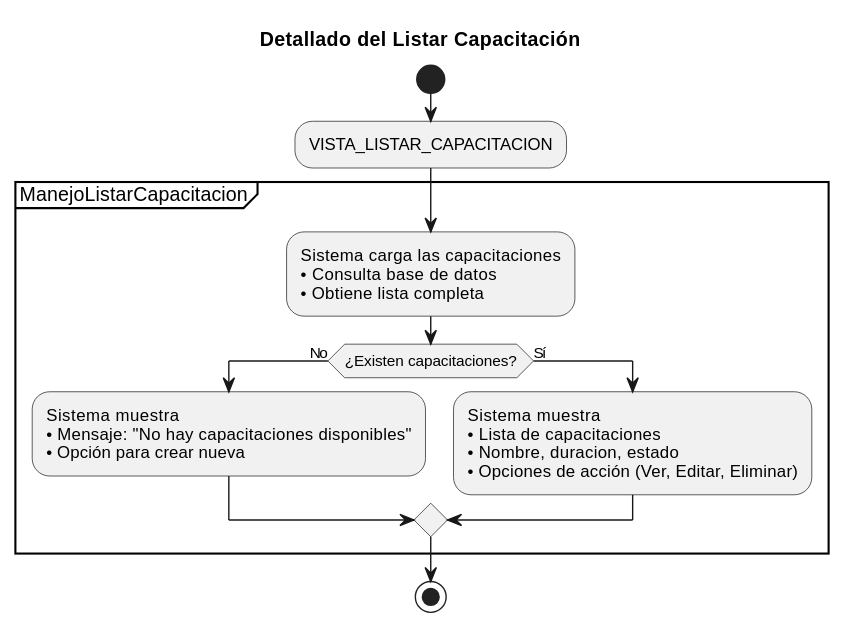
Dievex/24-25-IdSw1-SDR keeps this PlantUML diagram as documentos/imagenes/casos_de_uso/diagramas_casos_de_uso_detallados/listar_capacitacion.svg. Above is the earlier version. Its diagram source:
```plantuml
@startuml
title Detallado del Listar Capacitación

start

:VISTA_LISTAR_CAPACITACION;

partition ManejoListarCapacitacion {

  :Sistema carga las capacitaciones
  • Consulta base de datos
  • Obtiene lista completa;

  if (¿Existen capacitaciones?) then (No)
    :Sistema muestra
    • Mensaje: "No hay capacitaciones disponibles"
    • Opción para crear nueva;

  else (Sí)
    :Sistema muestra
    • Lista de capacitaciones
    • Nombre, duracion, estado
    • Opciones de acción (Ver, Editar, Eliminar);



  endif

}

stop
@enduml
```
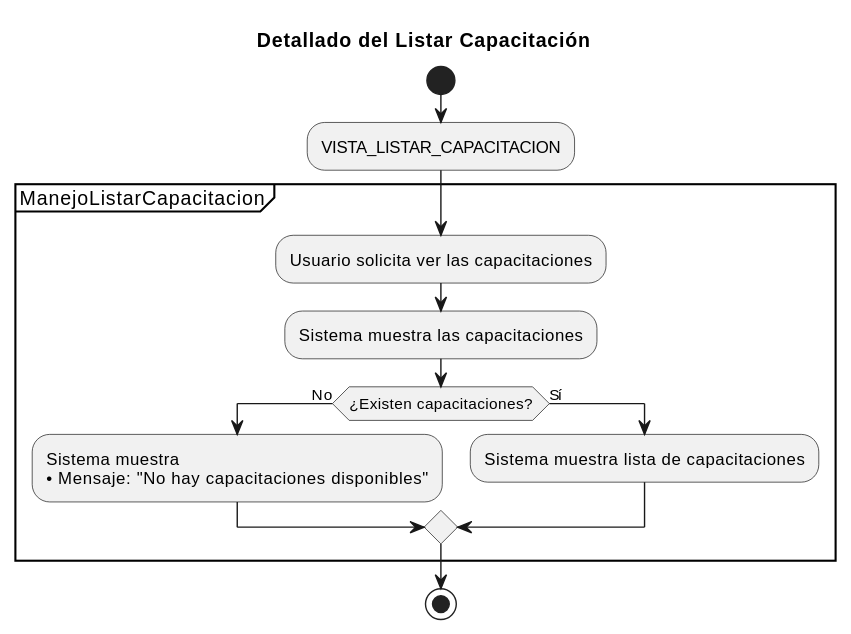
Above is the later version.

Diff of the diagram source:
```diff
@@ -7,22 +7,16 @@
 
 partition ManejoListarCapacitacion {
 
-  :Sistema carga las capacitaciones
-  • Consulta base de datos
-  • Obtiene lista completa;
+  :Usuario solicita ver las capacitaciones;
+
+  :Sistema muestra las capacitaciones;
 
   if (¿Existen capacitaciones?) then (No)
     :Sistema muestra
-    • Mensaje: "No hay capacitaciones disponibles"
-    • Opción para crear nueva;
+    • Mensaje: "No hay capacitaciones disponibles";
 
   else (Sí)
-    :Sistema muestra
-    • Lista de capacitaciones
-    • Nombre, duracion, estado
-    • Opciones de acción (Ver, Editar, Eliminar);
-
-
+    :Sistema muestra lista de capacitaciones;
 
   endif
 
```
